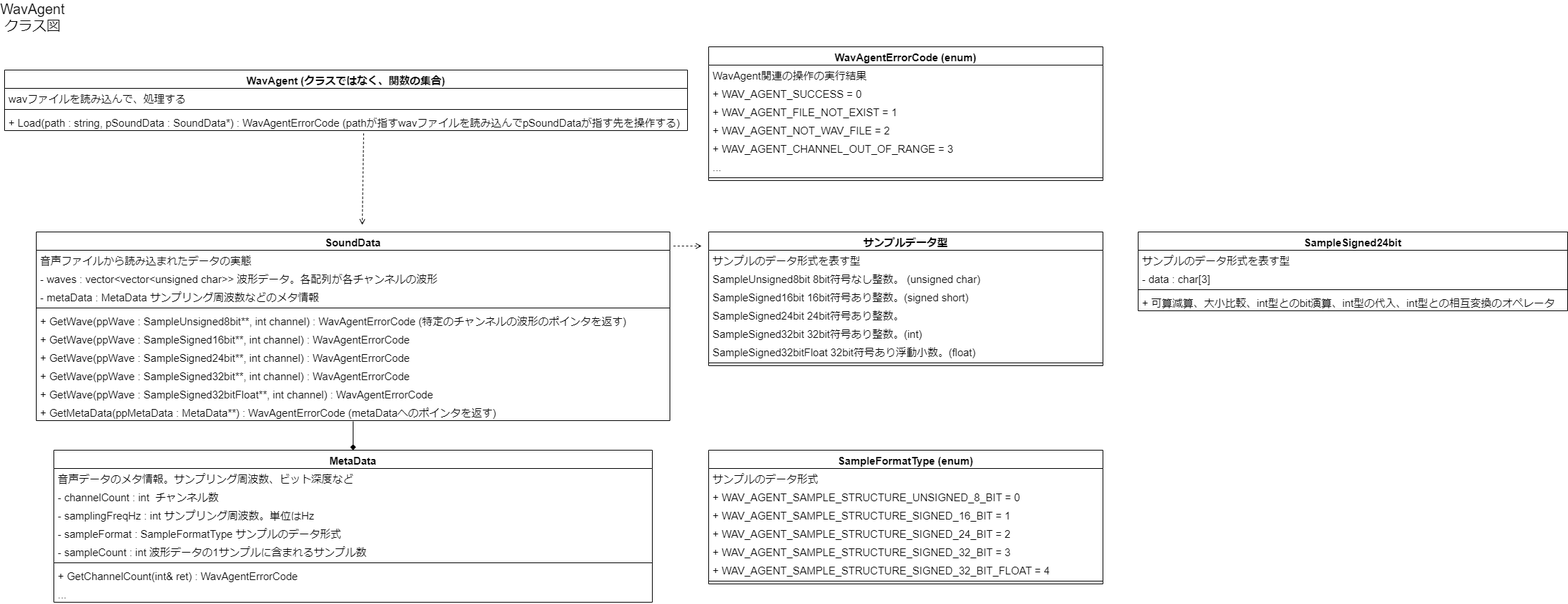
The draw.io diagram design/WavAgentClassDiagram.png in Dumble009/WavAgent, before a commit. Source tidied: cells renumbered, new cells last; positions are measured from the earlier drawing's top-left corner, leaving out a move shared by most shapes.
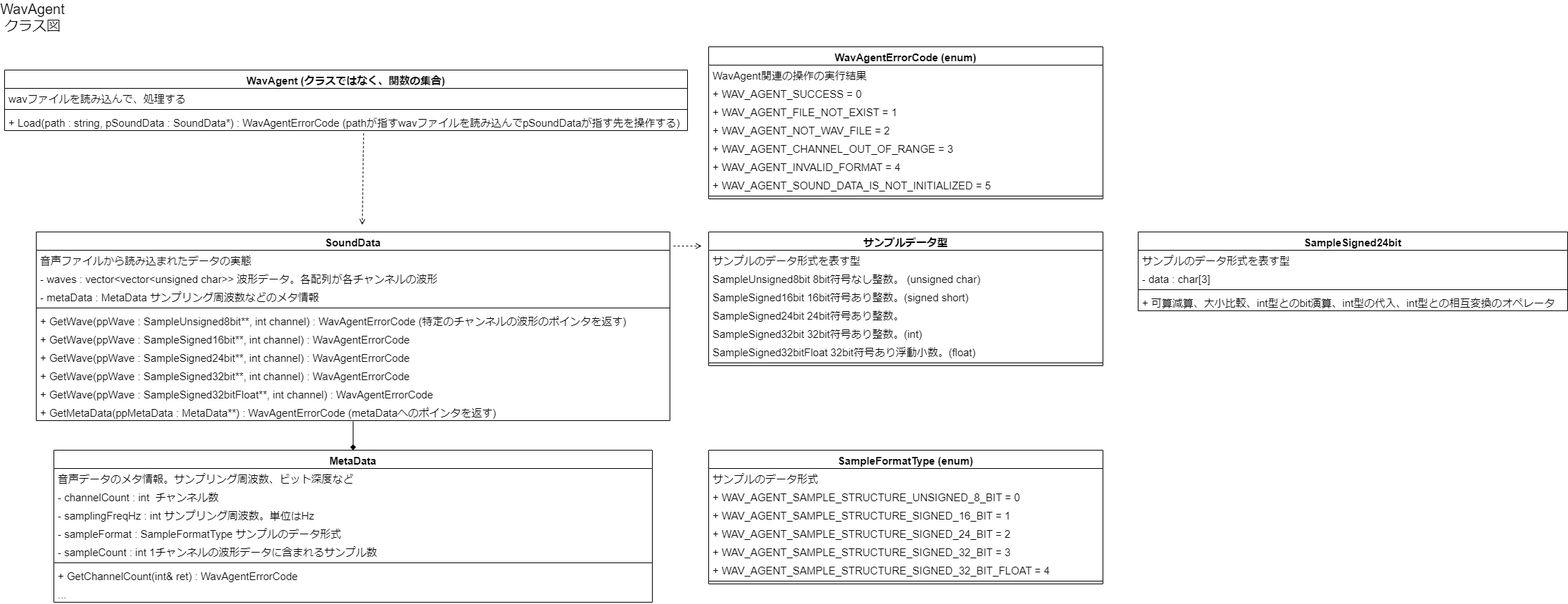
The same file after the commit.

Change to the diagram source:
```diff
@@ -71,7 +71,7 @@
     <mxCell id="23" value="- sampleFormat : SampleFormatType サンプルのデータ形式" style="text;strokeColor=none;fillColor=none;align=left;verticalAlign=top;spacingLeft=4;spacingRight=4;overflow=hidden;fontSize=15;" parent="19" vertex="1">
       <mxGeometry y="104" width="850" height="26" as="geometry" />
     </mxCell>
-    <mxCell id="24" value="- sampleCount : int 波形データの1サンプルに含まれるサンプル数" style="text;strokeColor=none;fillColor=none;align=left;verticalAlign=top;spacingLeft=4;spacingRight=4;overflow=hidden;fontSize=15;" parent="19" vertex="1">
+    <mxCell id="24" value="- sampleCount : int 1チャンネルの波形データに含まれるサンプル数" style="text;strokeColor=none;fillColor=none;align=left;verticalAlign=top;spacingLeft=4;spacingRight=4;overflow=hidden;fontSize=15;" parent="19" vertex="1">
       <mxGeometry y="130" width="850" height="26" as="geometry" />
     </mxCell>
     <mxCell id="25" style="line;strokeWidth=1;fillColor=none;align=left;verticalAlign=middle;spacingTop=-1;spacingLeft=3;spacingRight=3;labelPosition=right;fontSize=15;" parent="19" vertex="1">
@@ -87,7 +87,7 @@
       <mxGeometry relative="1" as="geometry" />
     </mxCell>
     <mxCell id="29" value="WavAgentErrorCode (enum)" style="swimlane;fontStyle=1;align=center;verticalAlign=top;horizontal=1;startSize=26;fontSize=15;" parent="1" vertex="1">
-      <mxGeometry x="1000" y="57" width="560" height="190" as="geometry" />
+      <mxGeometry x="1000" y="57" width="560" height="216" as="geometry" />
     </mxCell>
     <mxCell id="30" value="WavAgent関連の操作の実行結果" style="text;strokeColor=none;fillColor=none;align=left;verticalAlign=top;spacingLeft=4;spacingRight=4;overflow=hidden;fontSize=15;" parent="29" vertex="1">
       <mxGeometry y="26" width="560" height="26" as="geometry" />
@@ -104,11 +104,14 @@
     <mxCell id="34" value="+ WAV_AGENT_CHANNEL_OUT_OF_RANGE = 3" style="text;strokeColor=none;fillColor=none;align=left;verticalAlign=top;spacingLeft=4;spacingRight=4;overflow=hidden;fontSize=15;" parent="29" vertex="1">
       <mxGeometry y="130" width="560" height="26" as="geometry" />
     </mxCell>
-    <mxCell id="35" value="..." style="text;strokeColor=none;fillColor=none;align=left;verticalAlign=top;spacingLeft=4;spacingRight=4;overflow=hidden;fontSize=15;" parent="29" vertex="1">
-      <mxGeometry y="156" width="560" height="26" as="geometry" />
-    </mxCell>
+    <mxCell id="59" value="+ WAV_AGENT_INVALID_FORMAT = 4" style="text;strokeColor=none;fillColor=none;align=left;verticalAlign=top;spacingLeft=4;spacingRight=4;overflow=hidden;fontSize=15;" parent="29" vertex="1">
+      <mxGeometry y="156" width="560" height="26" as="geometry" />
+    </mxCell>
+    <mxCell id="60" value="+ WAV_AGENT_SOUND_DATA_IS_NOT_INITIALIZED = 5" style="text;strokeColor=none;fillColor=none;align=left;verticalAlign=top;spacingLeft=4;spacingRight=4;overflow=hidden;fontSize=15;" parent="29" vertex="1">
+      <mxGeometry y="182" width="560" height="26" as="geometry" />
+    </mxCell>
     <mxCell id="36" style="line;strokeWidth=1;fillColor=none;align=left;verticalAlign=middle;spacingTop=-1;spacingLeft=3;spacingRight=3;labelPosition=right;fontSize=15;" parent="29" vertex="1">
-      <mxGeometry y="182" width="560" height="8" as="geometry" />
+      <mxGeometry y="208" width="560" height="8" as="geometry" />
     </mxCell>
     <mxCell id="37" value="SampleFormatType (enum)" style="swimlane;fontStyle=1;align=center;verticalAlign=top;horizontal=1;startSize=26;fontSize=15;" parent="1" vertex="1">
       <mxGeometry x="1000" y="630" width="560" height="190" as="geometry" />
```
